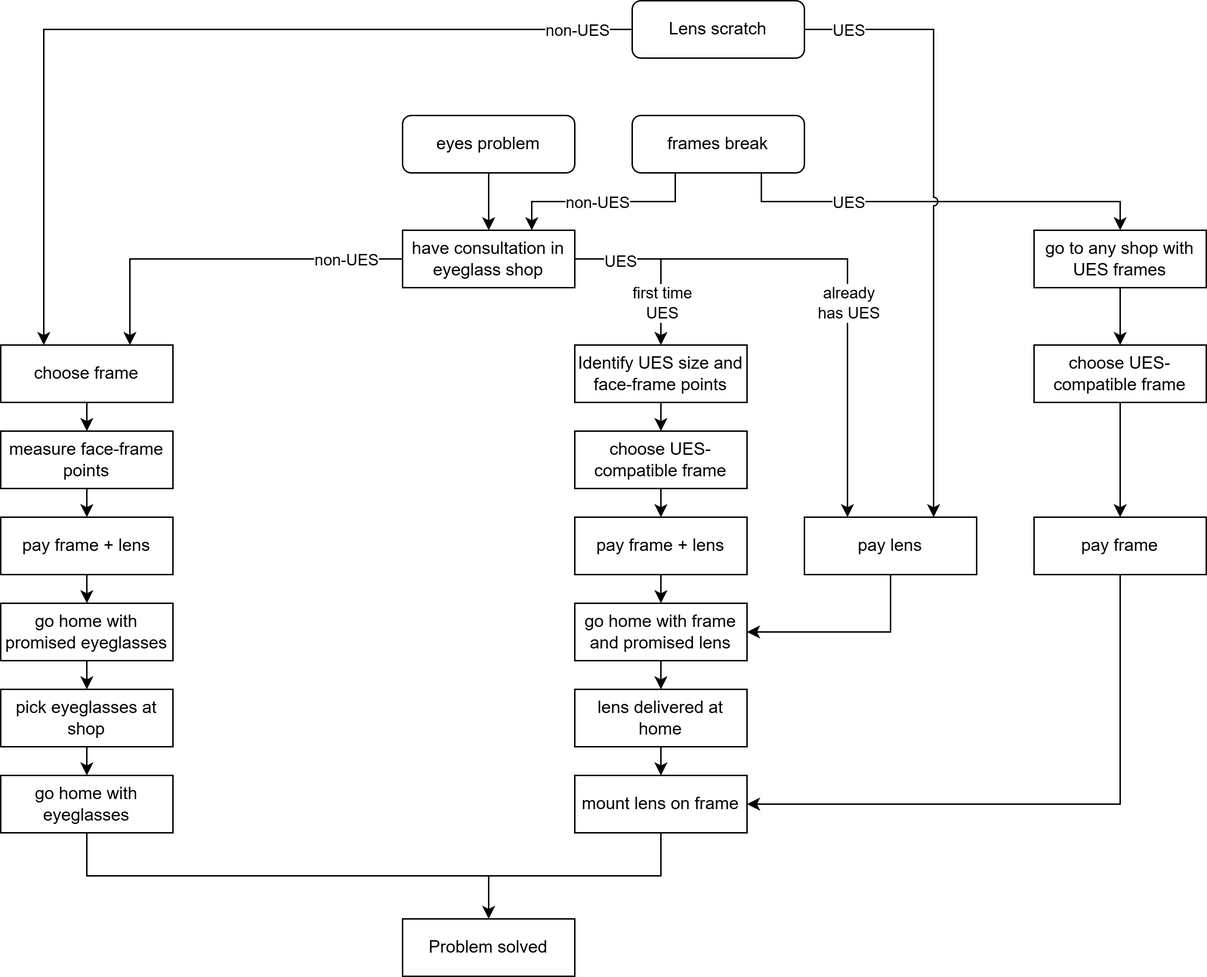
The draw.io diagram images/diagrams/flows.drawio.png in ues-if/specification, before a commit. Source tidied: cells renumbered, new cells last; positions are measured from the earlier drawing's top-left corner, leaving out a move shared by most shapes. Its diagram source:
```xml
<mxGraphModel>
  <root>
    <mxCell id="0" />
    <mxCell id="1" parent="0" />
    <mxCell id="2" style="edgeStyle=orthogonalEdgeStyle;html=1;exitX=0;exitY=0.5;exitDx=0;exitDy=0;entryX=0.25;entryY=0;entryDx=0;entryDy=0;rounded=0;curved=0;" parent="1" edge="1" source="52" target="6">
      <mxGeometry relative="1" as="geometry" />
    </mxCell>
    <mxCell id="3" value="non-UES" style="edgeLabel;html=1;align=center;verticalAlign=middle;" parent="2" vertex="1">
      <mxGeometry x="-0.09" relative="1" as="geometry">
        <mxPoint x="248" as="offset" />
      </mxGeometry>
    </mxCell>
    <mxCell id="4" value="&lt;span style=&quot;color: rgb(0, 0, 0);&quot;&gt;eyes problem&lt;/span&gt;" style="rounded=1;whiteSpace=wrap;html=1;" parent="1" vertex="1">
      <mxGeometry x="280" y="80" width="120" height="40" as="geometry" />
    </mxCell>
    <mxCell id="5" style="edgeStyle=none;html=1;" parent="1" edge="1" source="6" target="7">
      <mxGeometry relative="1" as="geometry" />
    </mxCell>
    <mxCell id="6" value="&lt;span style=&quot;color: rgb(0, 0, 0);&quot;&gt;choose frame&lt;/span&gt;" style="rounded=0;whiteSpace=wrap;html=1;" parent="1" vertex="1">
      <mxGeometry y="240" width="120" height="40" as="geometry" />
    </mxCell>
    <mxCell id="7" value="&lt;span style=&quot;color: rgb(0, 0, 0);&quot;&gt;measure face-frame points&lt;/span&gt;" style="rounded=0;whiteSpace=wrap;html=1;" parent="1" vertex="1">
      <mxGeometry y="300" width="120" height="40" as="geometry" />
    </mxCell>
    <mxCell id="8" style="endArrow=classic;html=1;exitX=0.5;exitY=1;exitDx=0;exitDy=0;entryX=0.5;entryY=0;entryDx=0;entryDy=0;rounded=0;edgeStyle=orthogonalEdgeStyle;" parent="1" edge="1" source="4" target="9">
      <mxGeometry relative="1" as="geometry" />
    </mxCell>
    <mxCell id="9" value="&lt;span style=&quot;color: rgb(0, 0, 0);&quot;&gt;have consultation in eyeglass shop&lt;/span&gt;" style="rounded=0;whiteSpace=wrap;html=1;" parent="1" vertex="1">
      <mxGeometry x="280" y="160" width="120" height="40" as="geometry" />
    </mxCell>
    <mxCell id="10" style="edgeStyle=orthogonalEdgeStyle;html=1;rounded=0;curved=0;" parent="1" edge="1" source="11" target="19">
      <mxGeometry relative="1" as="geometry" />
    </mxCell>
    <mxCell id="11" value="go home with promised eyeglasses" style="rounded=0;whiteSpace=wrap;html=1;" parent="1" vertex="1">
      <mxGeometry y="420" width="120" height="40" as="geometry" />
    </mxCell>
    <mxCell id="12" style="endArrow=classic;html=1;exitX=0.5;exitY=1;exitDx=0;exitDy=0;edgeStyle=orthogonalEdgeStyle;rounded=0;curved=0;entryX=0.5;entryY=0;entryDx=0;entryDy=0;" parent="1" edge="1" source="13" target="11">
      <mxGeometry relative="1" as="geometry" />
    </mxCell>
    <mxCell id="13" value="&lt;span style=&quot;color: rgb(0, 0, 0);&quot;&gt;pay frame + lens&lt;/span&gt;" style="rounded=0;whiteSpace=wrap;html=1;" parent="1" vertex="1">
      <mxGeometry y="360" width="120" height="40" as="geometry" />
    </mxCell>
    <mxCell id="14" style="edgeStyle=none;html=1;exitX=0.5;exitY=1;exitDx=0;exitDy=0;entryX=0.5;entryY=0;entryDx=0;entryDy=0;" parent="1" edge="1" source="7" target="13">
      <mxGeometry relative="1" as="geometry" />
    </mxCell>
    <mxCell id="15" value="&lt;span style=&quot;color: rgb(0, 0, 0);&quot;&gt;Identify UES size and face-frame points&lt;/span&gt;" style="rounded=0;whiteSpace=wrap;html=1;" parent="1" vertex="1">
      <mxGeometry x="400" y="240" width="120" height="40" as="geometry" />
    </mxCell>
    <mxCell id="16" style="endArrow=classic;html=1;edgeStyle=orthogonalEdgeStyle;rounded=0;curved=0;entryX=0.5;entryY=0;entryDx=0;entryDy=0;fillColor=#dae8fc;strokeColor=#000000;exitX=1;exitY=0.5;exitDx=0;exitDy=0;" parent="1" edge="1" source="9" target="15">
      <mxGeometry relative="1" as="geometry" />
    </mxCell>
    <mxCell id="17" value="first time&lt;br&gt;UES" style="edgeLabel;html=1;align=center;verticalAlign=middle;fontColor=#000000;" parent="16" vertex="1">
      <mxGeometry x="-0.47" y="-1" relative="1" as="geometry">
        <mxPoint x="28" y="29" as="offset" />
      </mxGeometry>
    </mxCell>
    <mxCell id="18" style="edgeStyle=orthogonalEdgeStyle;html=1;entryX=0.5;entryY=0;entryDx=0;entryDy=0;rounded=0;exitX=0.5;exitY=1;exitDx=0;exitDy=0;" parent="1" edge="1" source="34" target="20">
      <mxGeometry relative="1" as="geometry" />
    </mxCell>
    <mxCell id="19" value="&lt;span style=&quot;color: rgb(0, 0, 0);&quot;&gt;pick eyeglasses at shop&lt;/span&gt;" style="rounded=0;whiteSpace=wrap;html=1;" parent="1" vertex="1">
      <mxGeometry y="480" width="120" height="40" as="geometry" />
    </mxCell>
    <mxCell id="20" value="&lt;span style=&quot;color: rgb(0, 0, 0);&quot;&gt;Problem solved&lt;/span&gt;" style="rounded=0;whiteSpace=wrap;html=1;" parent="1" vertex="1">
      <mxGeometry x="280" y="640" width="120" height="40" as="geometry" />
    </mxCell>
    <mxCell id="21" style="edgeStyle=none;html=1;fillColor=#dae8fc;strokeColor=#000000;exitX=0.5;exitY=1;exitDx=0;exitDy=0;" parent="1" edge="1" source="31" target="22">
      <mxGeometry relative="1" as="geometry" />
    </mxCell>
    <mxCell id="22" value="&lt;span style=&quot;color: rgb(0, 0, 0);&quot;&gt;pay frame + lens&lt;/span&gt;" style="rounded=0;whiteSpace=wrap;html=1;" parent="1" vertex="1">
      <mxGeometry x="400" y="360" width="120" height="40" as="geometry" />
    </mxCell>
    <mxCell id="23" style="edgeStyle=none;html=1;exitX=0.5;exitY=1;exitDx=0;exitDy=0;entryX=0.5;entryY=0;entryDx=0;entryDy=0;fillColor=#dae8fc;strokeColor=#000000;" parent="1" edge="1" source="24" target="27">
      <mxGeometry relative="1" as="geometry" />
    </mxCell>
    <mxCell id="24" value="go home with frame and promised lens" style="rounded=0;whiteSpace=wrap;html=1;" parent="1" vertex="1">
      <mxGeometry x="400" y="420" width="120" height="40" as="geometry" />
    </mxCell>
    <mxCell id="25" style="edgeStyle=none;html=1;fillColor=#dae8fc;strokeColor=#000000;exitX=0.5;exitY=1;exitDx=0;exitDy=0;entryX=0.5;entryY=0;entryDx=0;entryDy=0;" parent="1" edge="1" source="22" target="24">
      <mxGeometry relative="1" as="geometry" />
    </mxCell>
    <mxCell id="26" style="edgeStyle=none;html=1;fillColor=#dae8fc;strokeColor=#000000;" parent="1" edge="1" source="27" target="29">
      <mxGeometry relative="1" as="geometry" />
    </mxCell>
    <mxCell id="27" value="lens delivered at home" style="rounded=0;whiteSpace=wrap;html=1;" parent="1" vertex="1">
      <mxGeometry x="400" y="480" width="120" height="40" as="geometry" />
    </mxCell>
    <mxCell id="28" style="edgeStyle=orthogonalEdgeStyle;html=1;exitX=0.5;exitY=1;exitDx=0;exitDy=0;entryX=0.5;entryY=0;entryDx=0;entryDy=0;rounded=0;" parent="1" edge="1" source="29" target="20">
      <mxGeometry relative="1" as="geometry" />
    </mxCell>
    <mxCell id="29" value="mount lens on frame" style="rounded=0;whiteSpace=wrap;html=1;" parent="1" vertex="1">
      <mxGeometry x="400" y="540" width="120" height="40" as="geometry" />
    </mxCell>
    <mxCell id="30" style="edgeStyle=none;html=1;fillColor=#dae8fc;strokeColor=#000000;exitX=0.5;exitY=1;exitDx=0;exitDy=0;" parent="1" edge="1" source="15" target="31">
      <mxGeometry relative="1" as="geometry" />
    </mxCell>
    <mxCell id="31" value="&lt;span style=&quot;color: rgb(0, 0, 0);&quot;&gt;choose UES-compatible frame&lt;/span&gt;" style="rounded=0;whiteSpace=wrap;html=1;" parent="1" vertex="1">
      <mxGeometry x="400" y="300" width="120" height="40" as="geometry" />
    </mxCell>
    <mxCell id="32" style="edgeStyle=orthogonalEdgeStyle;html=1;exitX=0;exitY=0.5;exitDx=0;exitDy=0;entryX=0.75;entryY=0;entryDx=0;entryDy=0;rounded=0;curved=0;" parent="1" edge="1" source="9" target="6">
      <mxGeometry relative="1" as="geometry" />
    </mxCell>
    <mxCell id="33" value="non-UES" style="edgeLabel;html=1;align=center;verticalAlign=middle;" parent="32" vertex="1">
      <mxGeometry x="-0.09" relative="1" as="geometry">
        <mxPoint x="74" as="offset" />
      </mxGeometry>
    </mxCell>
    <mxCell id="34" value="&lt;span style=&quot;color: rgb(0, 0, 0);&quot;&gt;go home with eyeglasses&lt;/span&gt;" style="rounded=0;whiteSpace=wrap;html=1;" parent="1" vertex="1">
      <mxGeometry y="540" width="120" height="40" as="geometry" />
    </mxCell>
    <mxCell id="35" style="edgeStyle=orthogonalEdgeStyle;html=1;rounded=0;curved=0;exitX=0.5;exitY=1;exitDx=0;exitDy=0;entryX=0.5;entryY=0;entryDx=0;entryDy=0;" parent="1" edge="1" source="19" target="34">
      <mxGeometry relative="1" as="geometry" />
    </mxCell>
    <mxCell id="36" value="&lt;span style=&quot;color: rgb(0, 0, 0);&quot;&gt;pay lens&lt;/span&gt;" style="rounded=0;whiteSpace=wrap;html=1;" parent="1" vertex="1">
      <mxGeometry x="560" y="360" width="120" height="40" as="geometry" />
    </mxCell>
    <mxCell id="37" style="endArrow=classic;html=1;edgeStyle=orthogonalEdgeStyle;rounded=0;curved=0;entryX=0.25;entryY=0;entryDx=0;entryDy=0;fillColor=#dae8fc;strokeColor=#000000;exitX=1;exitY=0.5;exitDx=0;exitDy=0;" parent="1" edge="1" source="9" target="36">
      <mxGeometry relative="1" as="geometry" />
    </mxCell>
    <mxCell id="38" value="already&lt;div&gt;has UES&lt;/div&gt;" style="edgeLabel;html=1;align=center;verticalAlign=middle;fontColor=#000000;" parent="37" vertex="1">
      <mxGeometry x="-0.47" y="-1" relative="1" as="geometry">
        <mxPoint x="93" y="29" as="offset" />
      </mxGeometry>
    </mxCell>
    <mxCell id="39" value="UES" style="edgeLabel;html=1;align=center;verticalAlign=middle;" parent="37" vertex="1">
      <mxGeometry x="-0.88" y="-1" relative="1" as="geometry">
        <mxPoint x="9" as="offset" />
      </mxGeometry>
    </mxCell>
    <mxCell id="40" style="edgeStyle=orthogonalEdgeStyle;html=1;entryX=1;entryY=0.5;entryDx=0;entryDy=0;rounded=0;exitX=0.5;exitY=1;exitDx=0;exitDy=0;" parent="1" edge="1" source="36" target="24">
      <mxGeometry relative="1" as="geometry" />
    </mxCell>
    <mxCell id="41" style="edgeStyle=orthogonalEdgeStyle;html=1;entryX=0.75;entryY=0;entryDx=0;entryDy=0;rounded=0;curved=0;exitX=0.25;exitY=1;exitDx=0;exitDy=0;" parent="1" edge="1" source="43" target="9">
      <mxGeometry relative="1" as="geometry" />
    </mxCell>
    <mxCell id="42" value="non-UES" style="edgeLabel;html=1;align=center;verticalAlign=middle;" parent="41" vertex="1">
      <mxGeometry x="0.18" relative="1" as="geometry">
        <mxPoint x="8" as="offset" />
      </mxGeometry>
    </mxCell>
    <mxCell id="43" value="&lt;span style=&quot;color: rgb(0, 0, 0);&quot;&gt;frames break&lt;/span&gt;" style="rounded=1;whiteSpace=wrap;html=1;" parent="1" vertex="1">
      <mxGeometry x="440" y="80" width="120" height="40" as="geometry" />
    </mxCell>
    <mxCell id="44" style="edgeStyle=none;html=1;" parent="1" edge="1" source="45" target="50">
      <mxGeometry relative="1" as="geometry" />
    </mxCell>
    <mxCell id="45" value="&lt;span style=&quot;color: rgb(0, 0, 0);&quot;&gt;go to any shop with UES frames&lt;/span&gt;" style="rounded=0;whiteSpace=wrap;html=1;" parent="1" vertex="1">
      <mxGeometry x="720" y="160" width="120" height="40" as="geometry" />
    </mxCell>
    <mxCell id="46" style="edgeStyle=orthogonalEdgeStyle;html=1;rounded=0;curved=0;exitX=0.75;exitY=1;exitDx=0;exitDy=0;" parent="1" edge="1" source="43" target="45">
      <mxGeometry relative="1" as="geometry" />
    </mxCell>
    <mxCell id="47" value="UES" style="edgeLabel;html=1;align=center;verticalAlign=middle;" parent="46" vertex="1">
      <mxGeometry x="0.18" relative="1" as="geometry">
        <mxPoint x="-91" as="offset" />
      </mxGeometry>
    </mxCell>
    <mxCell id="48" style="edgeStyle=orthogonalEdgeStyle;html=1;entryX=1;entryY=0.5;entryDx=0;entryDy=0;rounded=0;exitX=0.5;exitY=1;exitDx=0;exitDy=0;" parent="1" edge="1" source="53" target="29">
      <mxGeometry relative="1" as="geometry" />
    </mxCell>
    <mxCell id="49" style="edgeStyle=none;html=1;entryX=0.5;entryY=0;entryDx=0;entryDy=0;" parent="1" edge="1" source="50" target="53">
      <mxGeometry relative="1" as="geometry" />
    </mxCell>
    <mxCell id="50" value="&lt;span style=&quot;color: rgb(0, 0, 0);&quot;&gt;choose UES-compatible frame&lt;/span&gt;" style="rounded=0;whiteSpace=wrap;html=1;" parent="1" vertex="1">
      <mxGeometry x="720" y="240" width="120" height="40" as="geometry" />
    </mxCell>
    <mxCell id="51" style="edgeStyle=orthogonalEdgeStyle;html=1;entryX=0.75;entryY=0;entryDx=0;entryDy=0;rounded=0;curved=0;jumpStyle=arc;exitX=1;exitY=0.5;exitDx=0;exitDy=0;" parent="1" edge="1" source="52" target="36">
      <mxGeometry relative="1" as="geometry" />
    </mxCell>
    <mxCell id="52" value="&lt;span style=&quot;color: rgb(0, 0, 0);&quot;&gt;Lens scratch&lt;/span&gt;" style="rounded=1;whiteSpace=wrap;html=1;" parent="1" vertex="1">
      <mxGeometry x="440" width="120" height="40" as="geometry" />
    </mxCell>
    <mxCell id="53" value="&lt;span style=&quot;color: rgb(0, 0, 0);&quot;&gt;pay frame&lt;/span&gt;" style="rounded=0;whiteSpace=wrap;html=1;" parent="1" vertex="1">
      <mxGeometry x="720" y="360" width="120" height="40" as="geometry" />
    </mxCell>
    <mxCell id="54" value="UES" style="edgeLabel;html=1;align=center;verticalAlign=middle;" parent="1" vertex="1">
      <mxGeometry x="590" y="20" as="geometry" />
    </mxCell>
  </root>
</mxGraphModel>
```
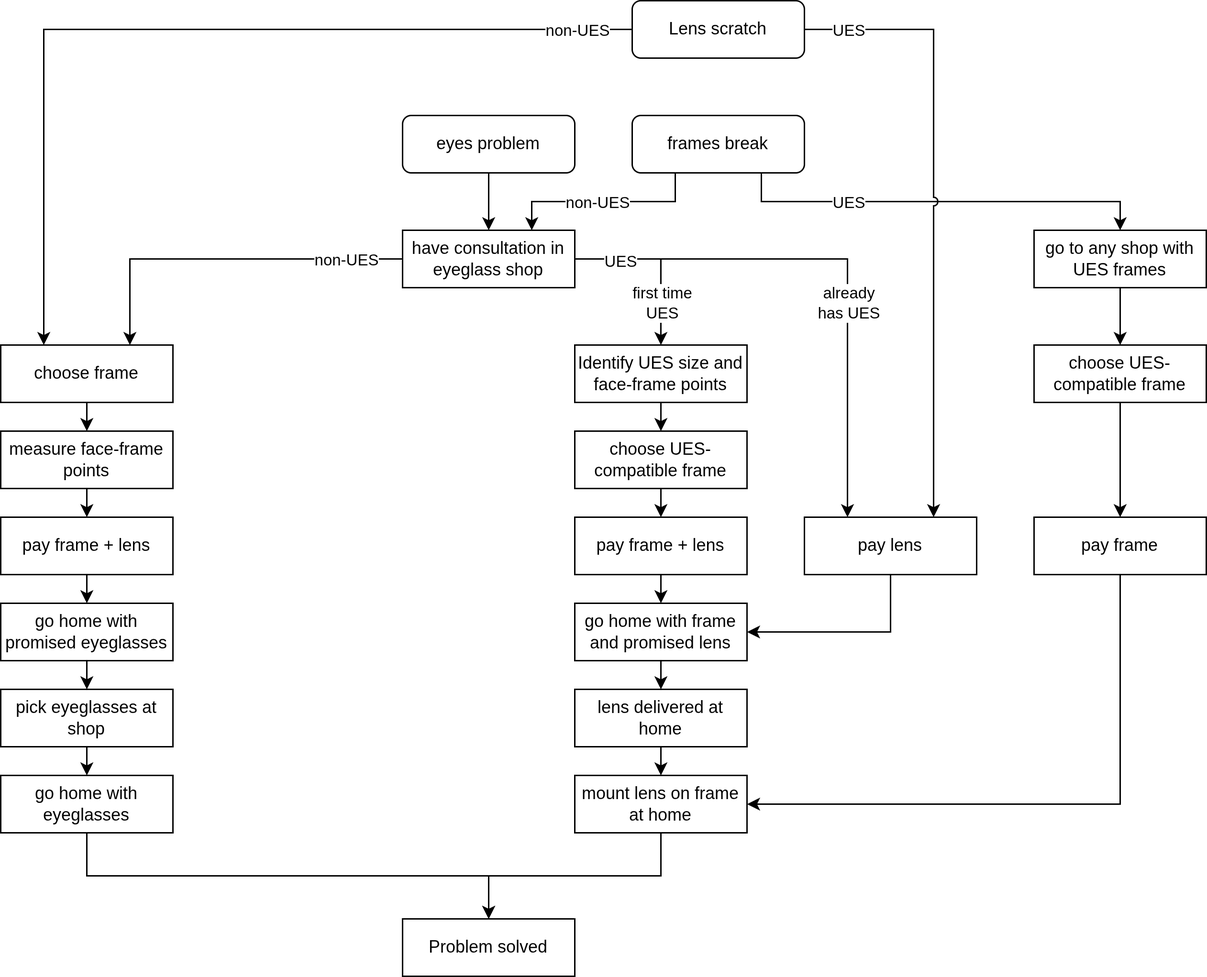
After the commit.

Commit message:
Improved diagram

Diff of the diagram source:
```diff
@@ -87,7 +87,7 @@
     <mxCell id="28" style="edgeStyle=orthogonalEdgeStyle;html=1;exitX=0.5;exitY=1;exitDx=0;exitDy=0;entryX=0.5;entryY=0;entryDx=0;entryDy=0;rounded=0;" parent="1" edge="1" source="29" target="20">
       <mxGeometry relative="1" as="geometry" />
     </mxCell>
-    <mxCell id="29" value="mount lens on frame" style="rounded=0;whiteSpace=wrap;html=1;" parent="1" vertex="1">
+    <mxCell id="29" value="mount lens on frame at home" style="rounded=0;whiteSpace=wrap;html=1;" parent="1" vertex="1">
       <mxGeometry x="400" y="540" width="120" height="40" as="geometry" />
     </mxCell>
     <mxCell id="30" style="edgeStyle=none;html=1;fillColor=#dae8fc;strokeColor=#000000;exitX=0.5;exitY=1;exitDx=0;exitDy=0;" parent="1" edge="1" source="15" target="31">
```
